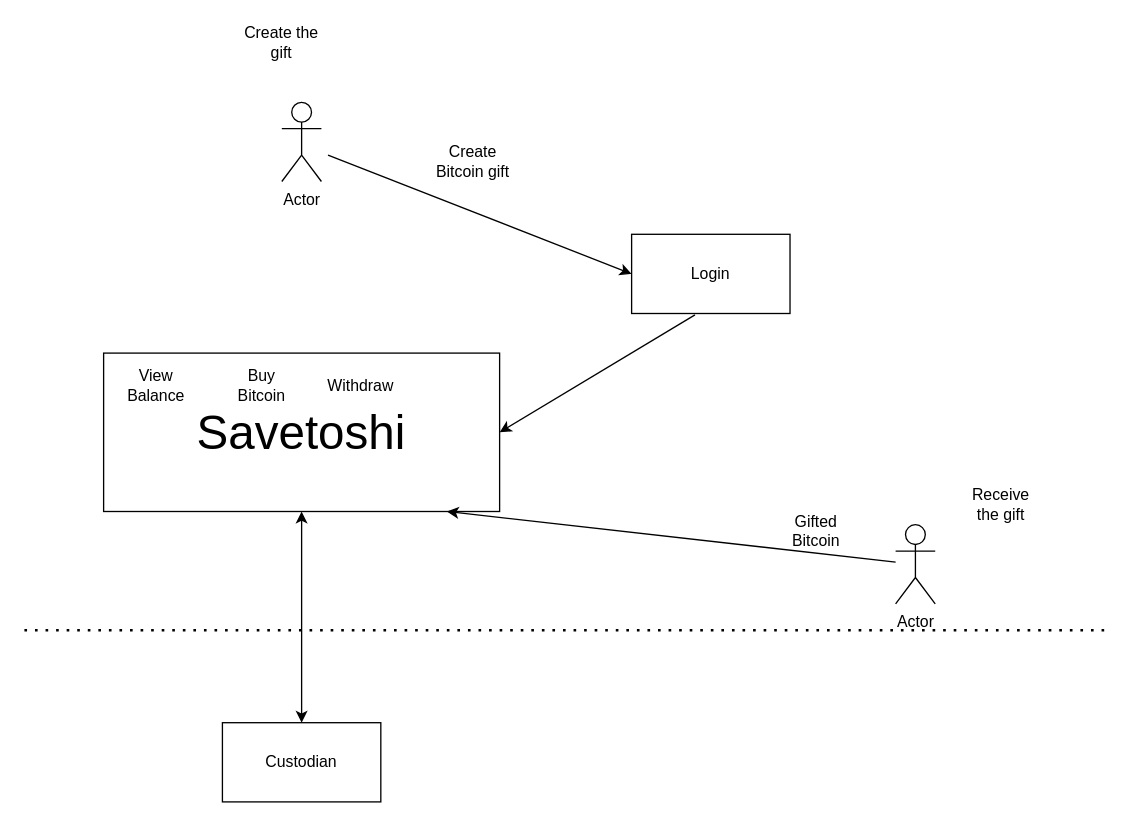
Earlier version of the draw.io diagram SavetoshiSystemDiagram.drawio (mattwatts36/drawings). Source tidied: cells renumbered, new cells numbered last; positions are measured from the earlier drawing's top-left corner, leaving out a move shared by most shapes. Both pictures are drawn from the tidied source at 132%, with x=0, y=0 at pixel (24, 22).
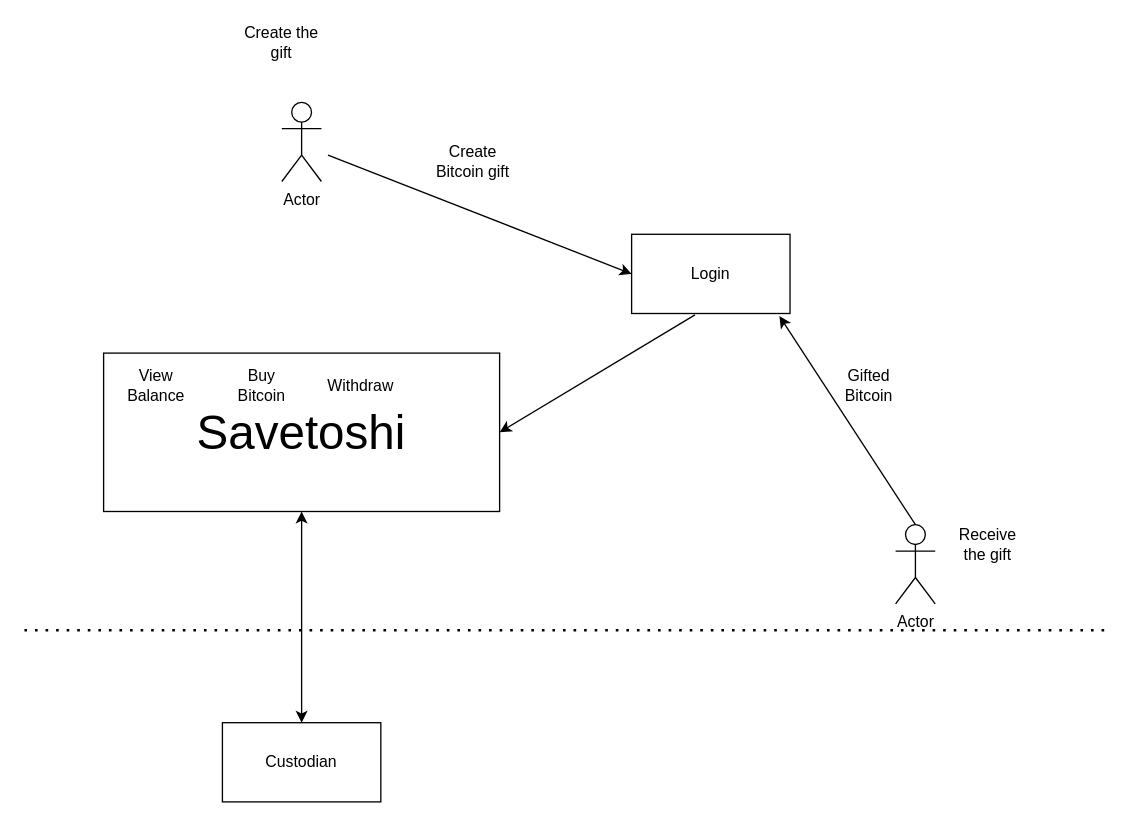
After the change.

Commit message:
changed line for gifter to login

Unchanged cells that the change refers to:
```xml
<mxCell id="4" value="Login" style="rounded=0;whiteSpace=wrap;html=1;" parent="1" vertex="1">
  <mxGeometry x="460" y="160" width="120" height="60" as="geometry" />
</mxCell>
<mxCell id="14" value="Actor" style="shape=umlActor;verticalLabelPosition=bottom;verticalAlign=top;html=1;outlineConnect=0;" parent="1" vertex="1">
  <mxGeometry x="660" y="380" width="30" height="60" as="geometry" />
</mxCell>
```

The edit, as a diff of the source:
```diff
@@
-    <mxCell id="15" style="endArrow=classic;html=1;rounded=0;" parent="1" edge="1" source="14">
-      <mxGeometry relative="1" as="geometry">
-        <mxPoint x="320" y="370" as="targetPoint" />
-      </mxGeometry>
-    </mxCell>
     <mxCell id="16" value="Gifted Bitcoin" style="text;html=1;strokeColor=none;fillColor=none;align=center;verticalAlign=middle;whiteSpace=wrap;rounded=0;" parent="1" vertex="1">
-      <mxGeometry x="570" y="370" width="60" height="30" as="geometry" />
+      <mxGeometry x="610" y="260" width="60" height="30" as="geometry" />
     </mxCell>
@@
     <mxCell id="18" value="Receive the gift" style="text;html=1;strokeColor=none;fillColor=none;align=center;verticalAlign=middle;whiteSpace=wrap;rounded=0;" parent="1" vertex="1">
-      <mxGeometry x="710" y="350" width="60" height="30" as="geometry" />
+      <mxGeometry x="700" y="380" width="60" height="30" as="geometry" />
     </mxCell>
+    <mxCell id="19" style="endArrow=classic;html=1;rounded=0;entryX=0.933;entryY=1.033;entryDx=0;entryDy=0;entryPerimeter=0;exitX=0.5;exitY=0;exitDx=0;exitDy=0;exitPerimeter=0;" parent="1" edge="1" source="14" target="4">
+      <mxGeometry relative="1" as="geometry" />
+    </mxCell>
```
